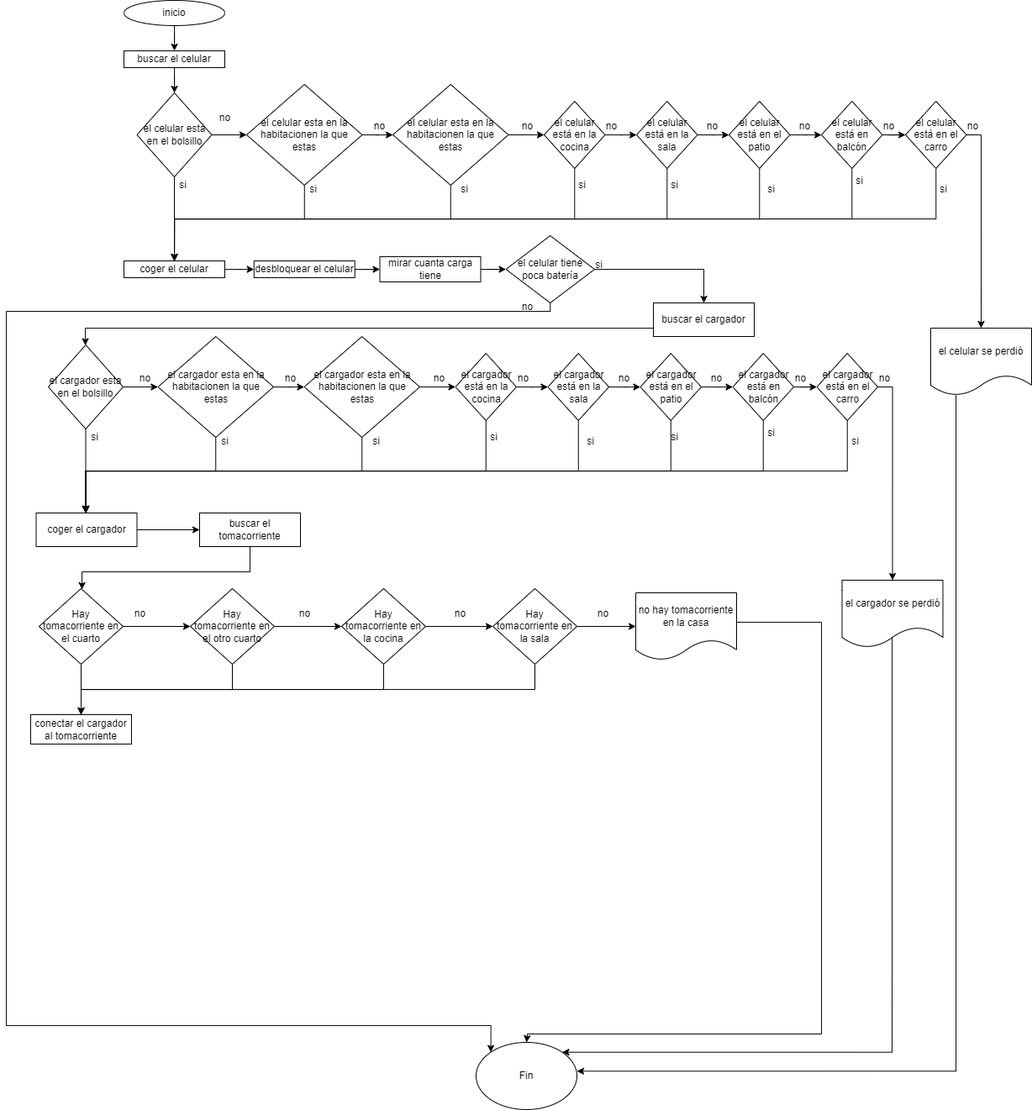
The draw.io diagram Poner a cargar tu celular.png in dasamepu/platzi-flowcharts-de-la-vida-diaria, before a commit. Source tidied: cells renumbered, new cells last; positions are measured from the earlier drawing's top-left corner, leaving out a move shared by most shapes.
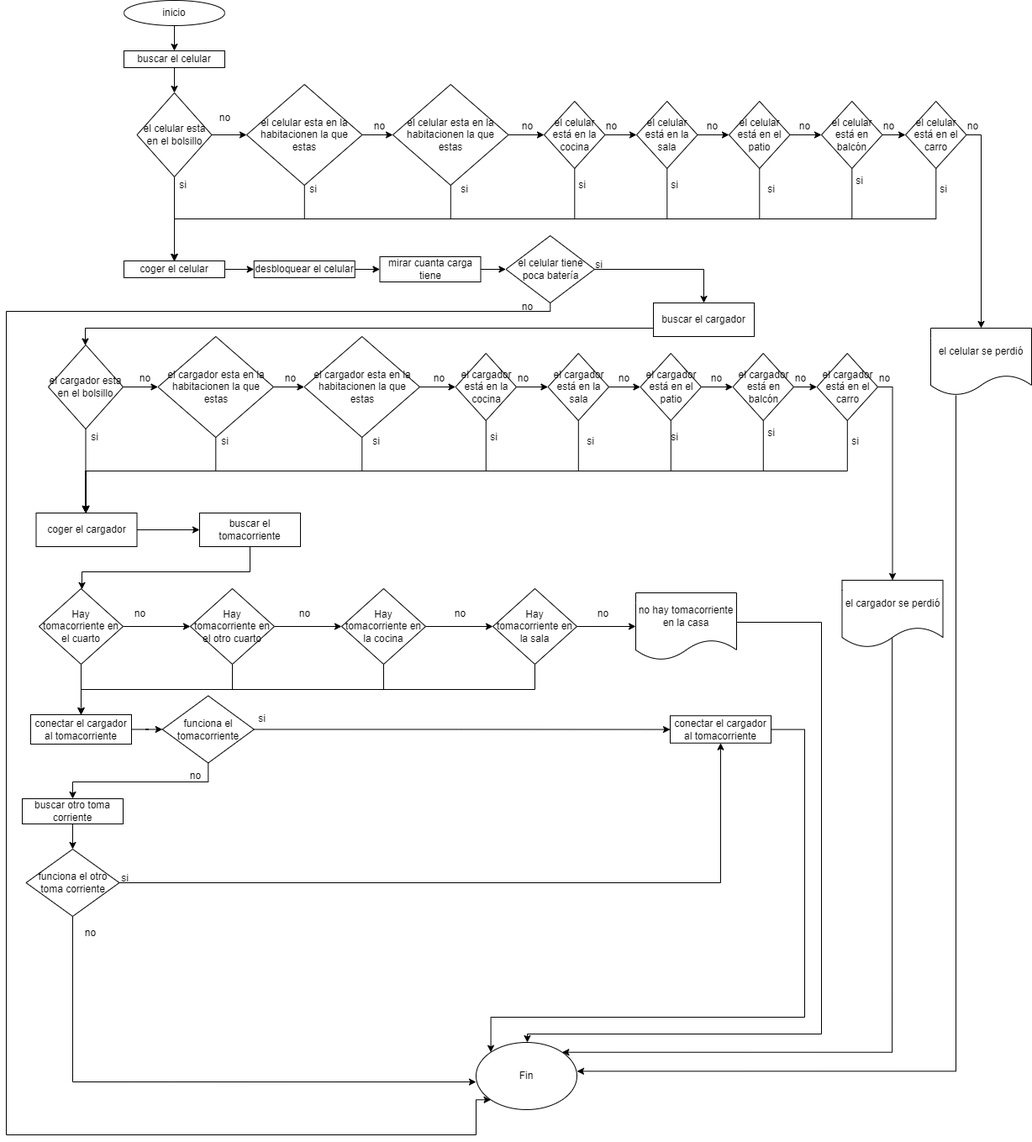
Above is the later version.

Diff of the diagram source:
```diff
@@ -466,6 +466,9 @@
     <mxCell id="116" value="no" style="text;html=1;align=center;verticalAlign=middle;strokeColor=none;fillColor=none;" parent="1" vertex="1">
       <mxGeometry x="690" y="715" width="40" height="30" as="geometry" />
     </mxCell>
+    <mxCell id="127" style="edgeStyle=orthogonalEdgeStyle;rounded=0;jettySize=auto;html=1;" parent="1" edge="1" source="117" target="130">
+      <mxGeometry relative="1" as="geometry" />
+    </mxCell>
     <mxCell id="117" value="conectar el cargador al tomacorriente" style="whiteSpace=wrap;html=1;" parent="1" vertex="1">
       <mxGeometry x="29" y="850" width="120" height="35" as="geometry" />
     </mxCell>
@@ -484,13 +487,14 @@
     <mxCell id="122" style="edgeStyle=orthogonalEdgeStyle;rounded=0;jettySize=auto;html=1;entryX=0.5;entryY=0;entryDx=0;entryDy=0;" parent="1" edge="1" source="124" target="48">
       <mxGeometry relative="1" as="geometry" />
     </mxCell>
-    <mxCell id="123" style="edgeStyle=orthogonalEdgeStyle;rounded=0;jettySize=auto;html=1;exitX=0.5;exitY=1;exitDx=0;exitDy=0;entryX=0;entryY=0;entryDx=0;entryDy=0;" parent="1" edge="1" source="124" target="30">
+    <mxCell id="123" style="edgeStyle=orthogonalEdgeStyle;rounded=0;jettySize=auto;html=1;exitX=0.5;exitY=1;exitDx=0;exitDy=0;entryX=0;entryY=1;entryDx=0;entryDy=0;" parent="1" edge="1" source="124" target="30">
       <mxGeometry relative="1" as="geometry">
         <Array as="points">
           <mxPoint x="647" y="370" />
           <mxPoint y="370" />
-          <mxPoint y="1220" />
-          <mxPoint x="577" y="1220" />
+          <mxPoint y="1350" />
+          <mxPoint x="559" y="1350" />
+          <mxPoint x="559" y="1308" />
         </Array>
       </mxGeometry>
     </mxCell>
@@ -503,5 +507,62 @@
     <mxCell id="126" value="no" style="text;html=1;align=center;verticalAlign=middle;strokeColor=none;fillColor=none;" parent="1" vertex="1">
       <mxGeometry x="600" y="350" width="40" height="30" as="geometry" />
     </mxCell>
+    <mxCell id="128" style="edgeStyle=orthogonalEdgeStyle;rounded=0;jettySize=auto;html=1;" parent="1" edge="1" source="130" target="132">
+      <mxGeometry relative="1" as="geometry" />
+    </mxCell>
+    <mxCell id="129" style="edgeStyle=orthogonalEdgeStyle;rounded=0;jettySize=auto;html=1;" parent="1" edge="1" source="130" target="135">
+      <mxGeometry relative="1" as="geometry">
+        <Array as="points">
+          <mxPoint x="240" y="930" />
+          <mxPoint x="79" y="930" />
+        </Array>
+      </mxGeometry>
+    </mxCell>
+    <mxCell id="130" value="funciona el tomacorriente" style="rhombus;whiteSpace=wrap;html=1;" parent="1" vertex="1">
+      <mxGeometry x="185.8" y="827.5" width="109" height="80" as="geometry" />
+    </mxCell>
+    <mxCell id="131" style="edgeStyle=orthogonalEdgeStyle;rounded=0;jettySize=auto;html=1;entryX=0;entryY=0;entryDx=0;entryDy=0;" parent="1" edge="1" source="132" target="30">
+      <mxGeometry relative="1" as="geometry">
+        <Array as="points">
+          <mxPoint x="950" y="868" />
+          <mxPoint x="950" y="1210" />
+          <mxPoint x="577" y="1210" />
+        </Array>
+      </mxGeometry>
+    </mxCell>
+    <mxCell id="132" value="conectar el cargador al tomacorriente" style="whiteSpace=wrap;html=1;" parent="1" vertex="1">
+      <mxGeometry x="790" y="851.2" width="120" height="32.5" as="geometry" />
+    </mxCell>
+    <mxCell id="133" value="si" style="text;html=1;align=center;verticalAlign=middle;strokeColor=none;fillColor=none;" parent="1" vertex="1">
+      <mxGeometry x="289" y="840" width="30" height="30" as="geometry" />
+    </mxCell>
+    <mxCell id="134" style="edgeStyle=orthogonalEdgeStyle;rounded=0;jettySize=auto;html=1;" parent="1" edge="1" source="135" target="139">
+      <mxGeometry relative="1" as="geometry" />
+    </mxCell>
+    <mxCell id="135" value="buscar otro toma corriente" style="whiteSpace=wrap;html=1;" parent="1" vertex="1">
+      <mxGeometry x="19" y="950" width="120" height="30" as="geometry" />
+    </mxCell>
+    <mxCell id="136" value="no" style="text;html=1;align=center;verticalAlign=middle;strokeColor=none;fillColor=none;" parent="1" vertex="1">
+      <mxGeometry x="204.5" y="907.5" width="40" height="30" as="geometry" />
+    </mxCell>
+    <mxCell id="137" style="edgeStyle=orthogonalEdgeStyle;rounded=0;jettySize=auto;html=1;entryX=0.5;entryY=1;entryDx=0;entryDy=0;" parent="1" edge="1" source="139" target="132">
+      <mxGeometry relative="1" as="geometry" />
+    </mxCell>
+    <mxCell id="138" style="edgeStyle=orthogonalEdgeStyle;rounded=0;jettySize=auto;html=1;entryX=0;entryY=0.588;entryDx=0;entryDy=0;entryPerimeter=0;" parent="1" edge="1" source="139" target="30">
+      <mxGeometry relative="1" as="geometry">
+        <Array as="points">
+          <mxPoint x="79" y="1287" />
+        </Array>
+      </mxGeometry>
+    </mxCell>
+    <mxCell id="139" value="funciona el otro toma corriente" style="rhombus;whiteSpace=wrap;html=1;" parent="1" vertex="1">
+      <mxGeometry x="23.5" y="1010" width="111" height="80" as="geometry" />
+    </mxCell>
+    <mxCell id="140" value="si" style="text;html=1;align=center;verticalAlign=middle;strokeColor=none;fillColor=none;" parent="1" vertex="1">
+      <mxGeometry x="125.5" y="1030" width="30" height="30" as="geometry" />
+    </mxCell>
+    <mxCell id="141" value="no" style="text;html=1;align=center;verticalAlign=middle;strokeColor=none;fillColor=none;" parent="1" vertex="1">
+      <mxGeometry x="80" y="1095" width="40" height="30" as="geometry" />
+    </mxCell>
   </root>
 </mxGraphModel>
```
